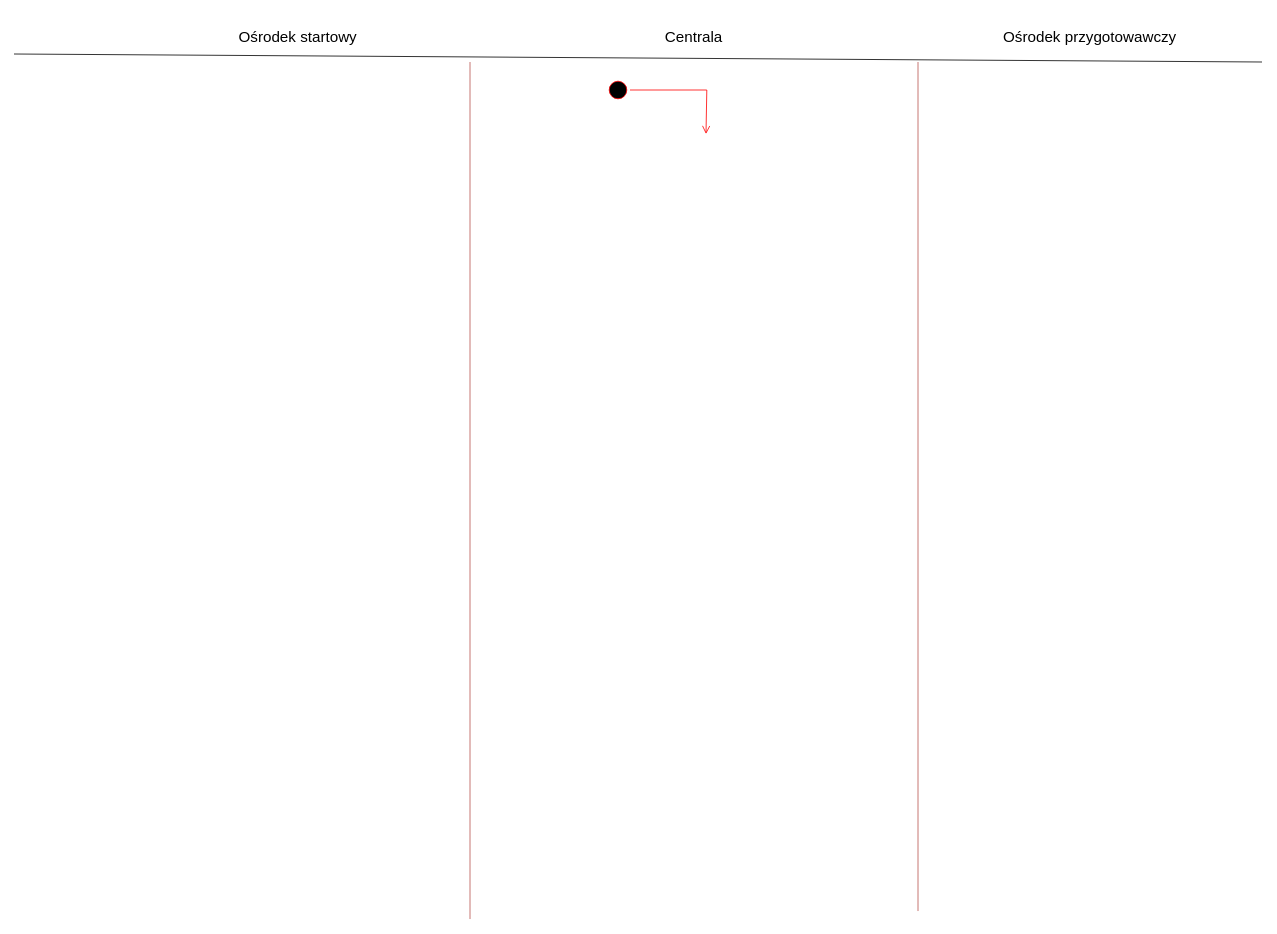
The draw.io diagram diagram_czynosci.drawio in MichjuX/UML_Diagrams, before the edit. Source tidied: cells renumbered, new cells numbered last; positions are measured from the earlier drawing's top-left corner, leaving out a move shared by most shapes. Both pictures are drawn from the tidied source at 80%, with x=0, y=0 at pixel (14, 14).
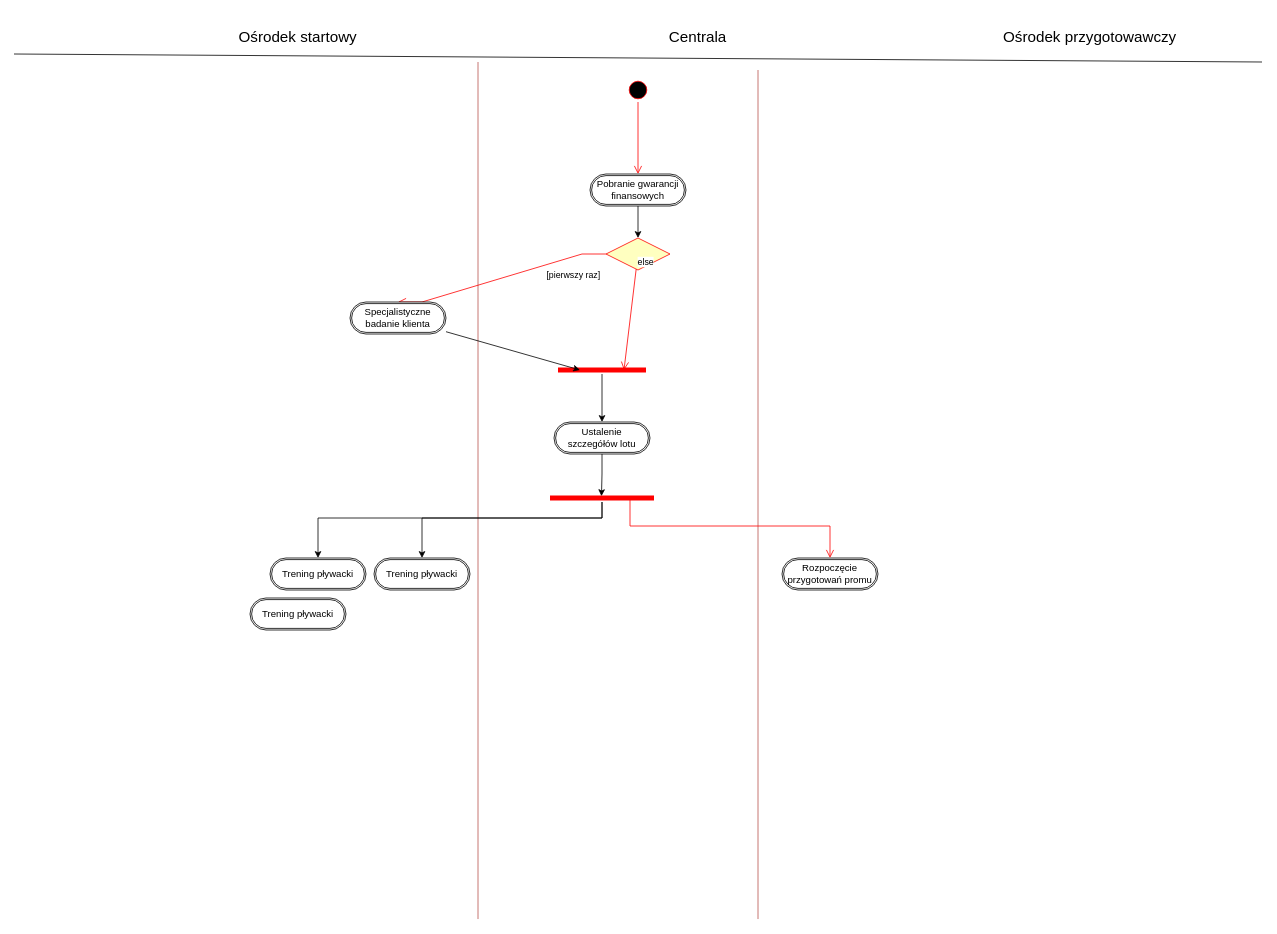
Above is the later version.

Change to the diagram source:
```diff
@@
     <mxCell id="2" style="ellipse;html=1;shape=startState;fillColor=#000000;strokeColor=#ff0000;" parent="1" vertex="1">
-      <mxGeometry x="740" y="80" width="30" height="30" as="geometry" />
+      <mxGeometry x="765" y="80" width="30" height="30" as="geometry" />
     </mxCell>
-    <mxCell id="3" style="edgeStyle=orthogonalEdgeStyle;html=1;verticalAlign=bottom;endArrow=open;endSize=8;strokeColor=#ff0000;rounded=0;" parent="1" edge="1" source="2">
+    <mxCell id="3" style="edgeStyle=orthogonalEdgeStyle;html=1;verticalAlign=bottom;endArrow=open;endSize=8;strokeColor=#ff0000;rounded=0;entryX=0.5;entryY=0;entryDx=0;entryDy=0;" parent="1" edge="1" source="2" target="14">
       <mxGeometry relative="1" as="geometry">
-        <mxPoint x="865" y="150" as="targetPoint" />
         <Array as="points">
-          <mxPoint x="866" y="95" />
-          <mxPoint x="866" y="150" />
+          <mxPoint x="780" y="160" />
+          <mxPoint x="780" y="160" />
         </Array>
       </mxGeometry>
     </mxCell>
     <mxCell id="4" value="&lt;font style=&quot;font-size: 19px;&quot;&gt;Centrala&lt;/font&gt;" style="text;html=1;align=center;verticalAlign=middle;whiteSpace=wrap;rounded=0;" parent="1" vertex="1">
-      <mxGeometry x="780" width="140" height="60" as="geometry" />
+      <mxGeometry x="790" width="130" height="60" as="geometry" />
     </mxCell>
@@
     <mxCell id="6" style="endArrow=none;html=1;rounded=0;fillColor=#f8cecc;strokeColor=#b85450;" parent="1" edge="1">
       <mxGeometry relative="1" as="geometry">
-        <mxPoint x="570" y="1131.3" as="sourcePoint" />
-        <mxPoint x="570" y="60" as="targetPoint" />
+        <mxPoint x="580" y="1131.3" as="sourcePoint" />
+        <mxPoint x="580" y="60" as="targetPoint" />
       </mxGeometry>
     </mxCell>
     <mxCell id="7" style="endArrow=none;html=1;rounded=0;fillColor=#f8cecc;strokeColor=#b85450;" parent="1" edge="1">
       <mxGeometry relative="1" as="geometry">
-        <mxPoint x="1130" y="1121.3" as="sourcePoint" />
-        <mxPoint x="1130" y="60" as="targetPoint" />
+        <mxPoint x="930" y="1131.3" as="sourcePoint" />
+        <mxPoint x="930" y="70" as="targetPoint" />
       </mxGeometry>
     </mxCell>
@@
+    <mxCell id="10" style="rhombus;whiteSpace=wrap;html=1;fontColor=#000000;fillColor=#ffffc0;strokeColor=#ff0000;" parent="1" vertex="1">
+      <mxGeometry x="740" y="280" width="80" height="40" as="geometry" />
+    </mxCell>
+    <mxCell id="11" value="else" style="html=1;align=left;verticalAlign=bottom;endArrow=open;endSize=8;strokeColor=#ff0000;rounded=0;entryX=0.75;entryY=0.5;entryDx=0;entryDy=0;entryPerimeter=0;" parent="1" edge="1" source="10" target="18">
+      <mxGeometry x="-1" relative="1" as="geometry" />
+    </mxCell>
+    <mxCell id="12" value="[pierwszy raz]" style="edgeStyle=entityRelationEdgeStyle;html=1;align=left;verticalAlign=top;endArrow=open;endSize=8;strokeColor=#ff0000;rounded=0;entryX=0.5;entryY=0;entryDx=0;entryDy=0;" parent="1" edge="1" source="10" target="15">
+      <mxGeometry x="-0.42" relative="1" as="geometry" />
+    </mxCell>
+    <mxCell id="13" style="edgeStyle=orthogonalEdgeStyle;rounded=0;jettySize=auto;html=1;entryX=0.5;entryY=0;entryDx=0;entryDy=0;" parent="1" edge="1" source="14" target="10">
+      <mxGeometry relative="1" as="geometry" />
+    </mxCell>
+    <mxCell id="14" value="Pobranie gwarancji finansowych" style="shape=ext;double=1;rounded=1;whiteSpace=wrap;html=1;arcSize=50;" parent="1" vertex="1">
+      <mxGeometry x="720" y="200" width="120" height="40" as="geometry" />
+    </mxCell>
+    <mxCell id="15" value="Specjalistyczne badanie klienta" style="shape=ext;double=1;rounded=1;whiteSpace=wrap;html=1;arcSize=50;" parent="1" vertex="1">
+      <mxGeometry x="420" y="360" width="120" height="40" as="geometry" />
+    </mxCell>
+    <mxCell id="16" value="Ustalenie szczegółów lotu" style="shape=ext;double=1;rounded=1;whiteSpace=wrap;html=1;arcSize=50;" parent="1" vertex="1">
+      <mxGeometry x="675" y="510" width="120" height="40" as="geometry" />
+    </mxCell>
+    <mxCell id="17" style="edgeStyle=orthogonalEdgeStyle;rounded=0;jettySize=auto;html=1;entryX=0.5;entryY=0;entryDx=0;entryDy=0;" parent="1" edge="1" source="18" target="16">
+      <mxGeometry relative="1" as="geometry" />
+    </mxCell>
+    <mxCell id="18" style="shape=line;html=1;strokeWidth=6;strokeColor=#ff0000;" parent="1" vertex="1">
+      <mxGeometry x="680" y="440" width="110" height="10" as="geometry" />
+    </mxCell>
+    <mxCell id="19" style="rounded=0;jettySize=auto;html=1;entryX=0.25;entryY=0.5;entryDx=0;entryDy=0;entryPerimeter=0;" parent="1" edge="1" source="15" target="18">
+      <mxGeometry relative="1" as="geometry" />
+    </mxCell>
+    <mxCell id="20" value="Rozpoczęcie przygotowań promu" style="shape=ext;double=1;rounded=1;whiteSpace=wrap;html=1;arcSize=50;" parent="1" vertex="1">
+      <mxGeometry x="960" y="680" width="120" height="40" as="geometry" />
+    </mxCell>
+    <mxCell id="21" style="edgeStyle=orthogonalEdgeStyle;rounded=0;jettySize=auto;html=1;" parent="1" edge="1" source="23" target="26">
+      <mxGeometry relative="1" as="geometry">
+        <Array as="points">
+          <mxPoint x="735" y="630" />
+          <mxPoint x="510" y="630" />
+        </Array>
+      </mxGeometry>
+    </mxCell>
+    <mxCell id="22" style="edgeStyle=orthogonalEdgeStyle;rounded=0;jettySize=auto;html=1;" parent="1" edge="1" source="23" target="27">
+      <mxGeometry relative="1" as="geometry">
+        <Array as="points">
+          <mxPoint x="735" y="630" />
+          <mxPoint x="380" y="630" />
+        </Array>
+      </mxGeometry>
+    </mxCell>
+    <mxCell id="23" style="shape=line;html=1;strokeWidth=6;strokeColor=#ff0000;" parent="1" vertex="1">
+      <mxGeometry x="670" y="600" width="130" height="10" as="geometry" />
+    </mxCell>
+    <mxCell id="24" style="edgeStyle=orthogonalEdgeStyle;html=1;verticalAlign=bottom;endArrow=open;endSize=8;strokeColor=#ff0000;rounded=0;entryX=0.5;entryY=0;entryDx=0;entryDy=0;" parent="1" edge="1" target="20">
+      <mxGeometry relative="1" as="geometry">
+        <mxPoint x="770" y="607" as="sourcePoint" />
+        <Array as="points">
+          <mxPoint x="770" y="640" />
+          <mxPoint x="1020" y="640" />
+        </Array>
+      </mxGeometry>
+    </mxCell>
+    <mxCell id="25" style="edgeStyle=orthogonalEdgeStyle;rounded=0;jettySize=auto;html=1;entryX=0.495;entryY=0.267;entryDx=0;entryDy=0;entryPerimeter=0;" parent="1" edge="1" source="16" target="23">
+      <mxGeometry relative="1" as="geometry" />
+    </mxCell>
+    <mxCell id="26" value="Trening pływacki" style="shape=ext;double=1;rounded=1;whiteSpace=wrap;html=1;arcSize=50;" parent="1" vertex="1">
+      <mxGeometry x="450" y="680" width="120" height="40" as="geometry" />
+    </mxCell>
+    <mxCell id="27" value="Trening pływacki" style="shape=ext;double=1;rounded=1;whiteSpace=wrap;html=1;arcSize=50;" parent="1" vertex="1">
+      <mxGeometry x="320" y="680" width="120" height="40" as="geometry" />
+    </mxCell>
+    <mxCell id="28" value="Trening pływacki" style="shape=ext;double=1;rounded=1;whiteSpace=wrap;html=1;arcSize=50;" parent="1" vertex="1">
+      <mxGeometry x="295" y="730" width="120" height="40" as="geometry" />
+    </mxCell>
```
